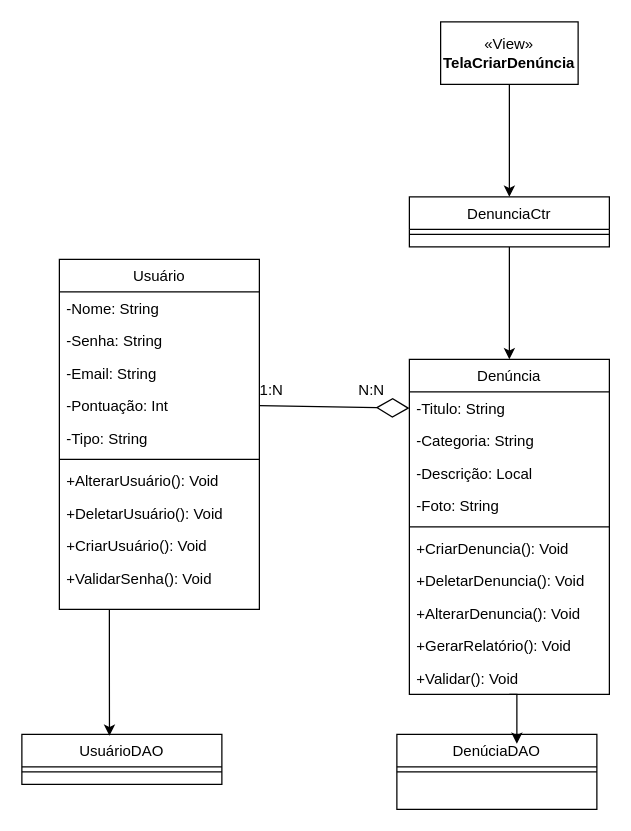
frsouzaa/Documentacao-TCC-NossaVia keeps this draw.io diagram as Documentação/CasoDeUsoCriarDenuncia.drawio. Above is the earlier version. Source tidied: cells renumbered, new cells numbered last; positions are measured from the earlier drawing's top-left corner, leaving out a move shared by most shapes. Both pictures are drawn from the tidied source at 125%, with x=0, y=0 at pixel (21, 21).
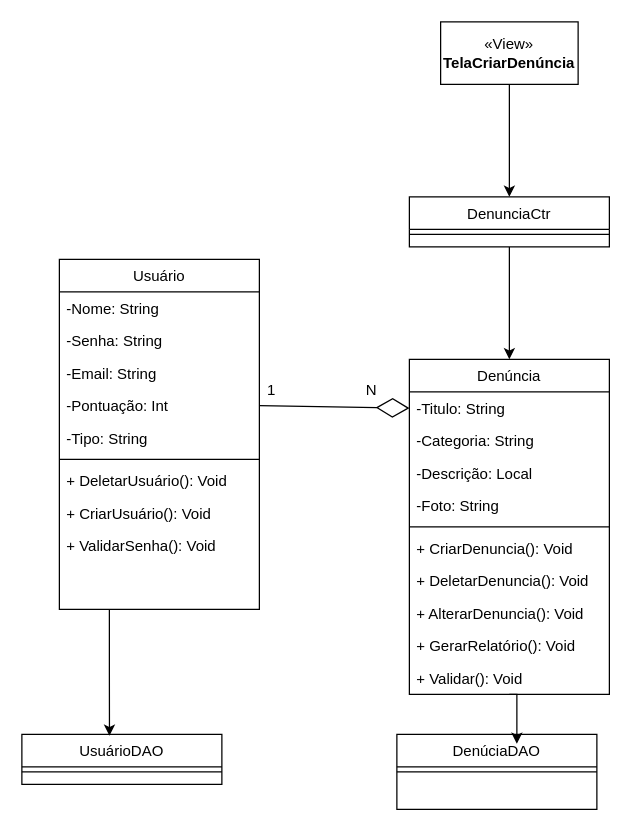
The same diagram, later.

Unchanged cells that the change refers to:
```xml
<mxCell id="4" value="Denúncia" style="swimlane;fontStyle=0;align=center;verticalAlign=top;horizontal=1;startSize=26;rounded=0;shadow=0;strokeWidth=1;" parent="1" vertex="1">
  <mxGeometry x="310" y="270" width="160" height="268" as="geometry" />
</mxCell>
<mxCell id="15" value="Usuário" style="swimlane;fontStyle=0;align=center;verticalAlign=top;horizontal=1;startSize=26;rounded=0;shadow=0;strokeWidth=1;" parent="1" vertex="1">
  <mxGeometry x="30" y="190" width="160" height="280" as="geometry" />
</mxCell>
```

Change to the diagram source:
```diff
@@
-    <mxCell id="10" value="+CriarDenuncia(): Void" style="text;align=left;verticalAlign=top;spacingLeft=4;spacingRight=4;overflow=hidden;" parent="4" vertex="1">
+    <mxCell id="10" value="+ CriarDenuncia(): Void" style="text;align=left;verticalAlign=top;spacingLeft=4;spacingRight=4;overflow=hidden;" parent="4" vertex="1">
       <mxGeometry y="138" width="160" height="26" as="geometry" />
     </mxCell>
-    <mxCell id="11" value="+DeletarDenuncia(): Void" style="text;align=left;verticalAlign=top;spacingLeft=4;spacingRight=4;overflow=hidden;" parent="4" vertex="1">
+    <mxCell id="11" value="+ DeletarDenuncia(): Void" style="text;align=left;verticalAlign=top;spacingLeft=4;spacingRight=4;overflow=hidden;" parent="4" vertex="1">
       <mxGeometry y="164" width="160" height="26" as="geometry" />
     </mxCell>
-    <mxCell id="12" value="+AlterarDenuncia(): Void" style="text;align=left;verticalAlign=top;spacingLeft=4;spacingRight=4;overflow=hidden;" parent="4" vertex="1">
+    <mxCell id="12" value="+ AlterarDenuncia(): Void" style="text;align=left;verticalAlign=top;spacingLeft=4;spacingRight=4;overflow=hidden;" parent="4" vertex="1">
       <mxGeometry y="190" width="160" height="26" as="geometry" />
     </mxCell>
-    <mxCell id="13" value="+GerarRelatório(): Void" style="text;align=left;verticalAlign=top;spacingLeft=4;spacingRight=4;overflow=hidden;" parent="4" vertex="1">
+    <mxCell id="13" value="+ GerarRelatório(): Void" style="text;align=left;verticalAlign=top;spacingLeft=4;spacingRight=4;overflow=hidden;" parent="4" vertex="1">
       <mxGeometry y="216" width="160" height="26" as="geometry" />
     </mxCell>
-    <mxCell id="14" value="+Validar(): Void" style="text;align=left;verticalAlign=top;spacingLeft=4;spacingRight=4;overflow=hidden;" parent="4" vertex="1">
+    <mxCell id="14" value="+ Validar(): Void" style="text;align=left;verticalAlign=top;spacingLeft=4;spacingRight=4;overflow=hidden;" parent="4" vertex="1">
       <mxGeometry y="242" width="160" height="26" as="geometry" />
     </mxCell>
@@
-    <mxCell id="22" value="+AlterarUsuário(): Void" style="text;align=left;verticalAlign=top;spacingLeft=4;spacingRight=4;overflow=hidden;" parent="15" vertex="1">
-      <mxGeometry y="164" width="160" height="26" as="geometry" />
-    </mxCell>
-    <mxCell id="23" value="+DeletarUsuário(): Void" style="text;align=left;verticalAlign=top;spacingLeft=4;spacingRight=4;overflow=hidden;" parent="15" vertex="1">
-      <mxGeometry y="190" width="160" height="26" as="geometry" />
+    <mxCell id="23" value="+ DeletarUsuário(): Void" style="text;align=left;verticalAlign=top;spacingLeft=4;spacingRight=4;overflow=hidden;" parent="15" vertex="1">
+      <mxGeometry y="164" width="160" height="26" as="geometry" />
     </mxCell>
-    <mxCell id="24" value="+CriarUsuário(): Void" style="text;align=left;verticalAlign=top;spacingLeft=4;spacingRight=4;overflow=hidden;" parent="15" vertex="1">
-      <mxGeometry y="216" width="160" height="26" as="geometry" />
+    <mxCell id="24" value="+ CriarUsuário(): Void" style="text;align=left;verticalAlign=top;spacingLeft=4;spacingRight=4;overflow=hidden;" parent="15" vertex="1">
+      <mxGeometry y="190" width="160" height="26" as="geometry" />
     </mxCell>
-    <mxCell id="25" value="+ValidarSenha(): Void" style="text;align=left;verticalAlign=top;spacingLeft=4;spacingRight=4;overflow=hidden;" parent="15" vertex="1">
-      <mxGeometry y="242" width="160" height="26" as="geometry" />
+    <mxCell id="25" value="+ ValidarSenha(): Void" style="text;align=left;verticalAlign=top;spacingLeft=4;spacingRight=4;overflow=hidden;" parent="15" vertex="1">
+      <mxGeometry y="216" width="160" height="26" as="geometry" />
     </mxCell>
@@
-    <mxCell id="36" value="1:N" style="text;html=1;align=center;verticalAlign=middle;whiteSpace=wrap;rounded=0;" parent="1" vertex="1">
+    <mxCell id="36" value="1" style="text;html=1;align=center;verticalAlign=middle;whiteSpace=wrap;rounded=0;" parent="1" vertex="1">
       <mxGeometry x="170" y="280" width="60" height="30" as="geometry" />
     </mxCell>
-    <mxCell id="37" value="N:N" style="text;html=1;align=center;verticalAlign=middle;whiteSpace=wrap;rounded=0;" parent="1" vertex="1">
+    <mxCell id="37" value="N" style="text;html=1;align=center;verticalAlign=middle;whiteSpace=wrap;rounded=0;" parent="1" vertex="1">
       <mxGeometry x="250" y="280" width="60" height="30" as="geometry" />
     </mxCell>
```
